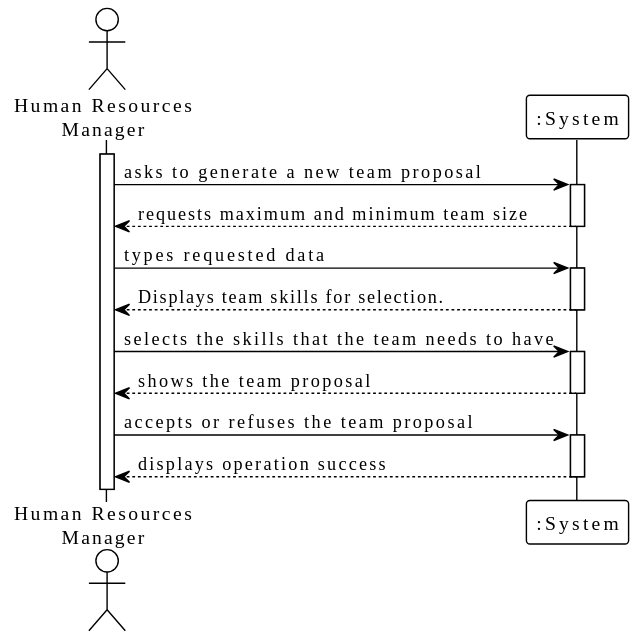
This is docs/sprintA/us005/01.requirements-engineering/svg/us005-alternative-one-System_Sequence_Diagram__SSD____Alternative_One.svg from RicardoMorim/lapr2-ISEP-Project, a PlantUML export, as it was before one commit.
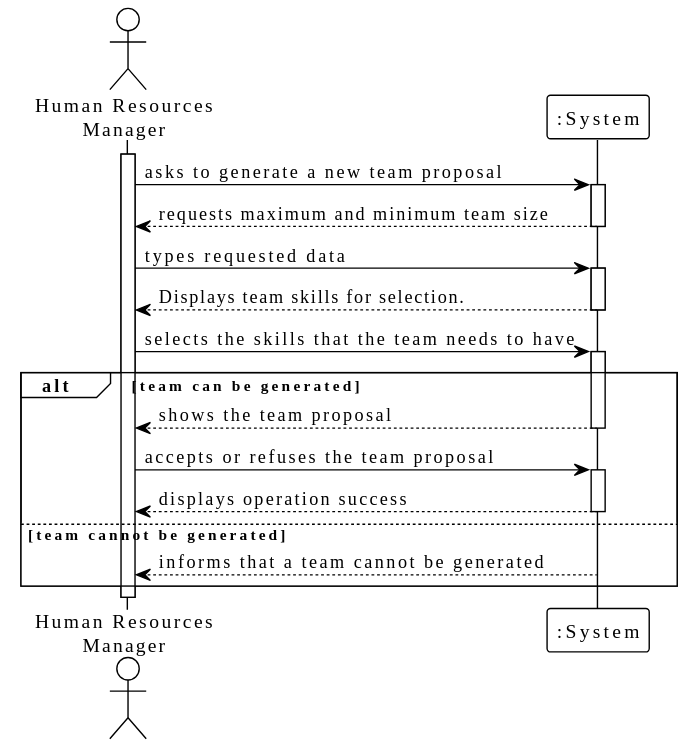
After the change.

Change to the diagram source:
```diff
@@ -1,6 +1,5 @@
 @startuml
 !theme plain
-
 
 actor "Human Resources\nManager" as Employee
 participant ":System" as System
@@ -23,12 +22,17 @@
 
     activate System
 
-        System --> Employee : shows the team proposal
-    deactivate System
+        alt team can be generated
+            System --> Employee : shows the team proposal
+            deactivate System
 
-    Employee -> System : accepts or refuses the team proposal
-    activate System
+            Employee -> System : accepts or refuses the team proposal
+            activate System
 
-        System --> Employee : displays operation success
-    deactivate System
+                System --> Employee : displays operation success
+            deactivate System
+        else team cannot be generated
+            System --> Employee : informs that a team cannot be generated
+            deactivate System
+        end
 @enduml
```
